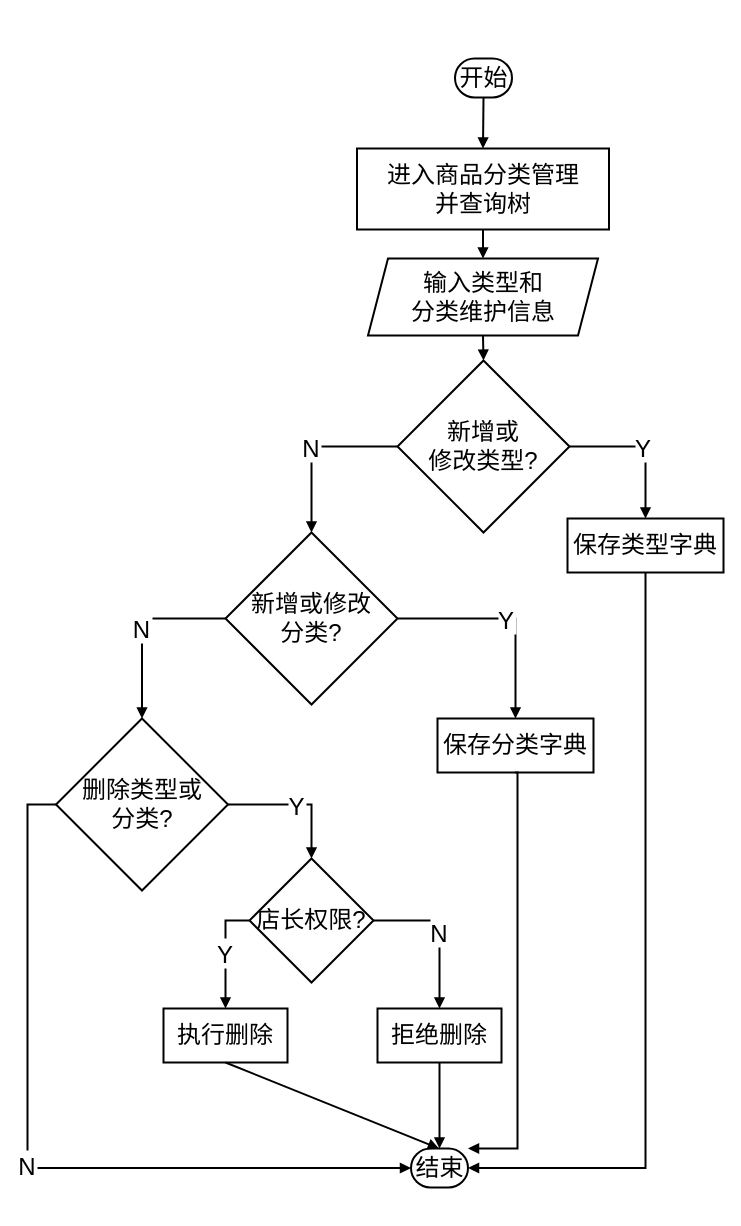
LichCarlos/darwIo keeps this draw.io diagram as 商品分类管理功能流程图.drawio. Above is the earlier version. Source tidied: cells renumbered, new cells numbered last; positions are measured from the earlier drawing's top-left corner, leaving out a move shared by most shapes. Both pictures are drawn from the tidied source at 100%, with x=0, y=0 at pixel (27, 58).
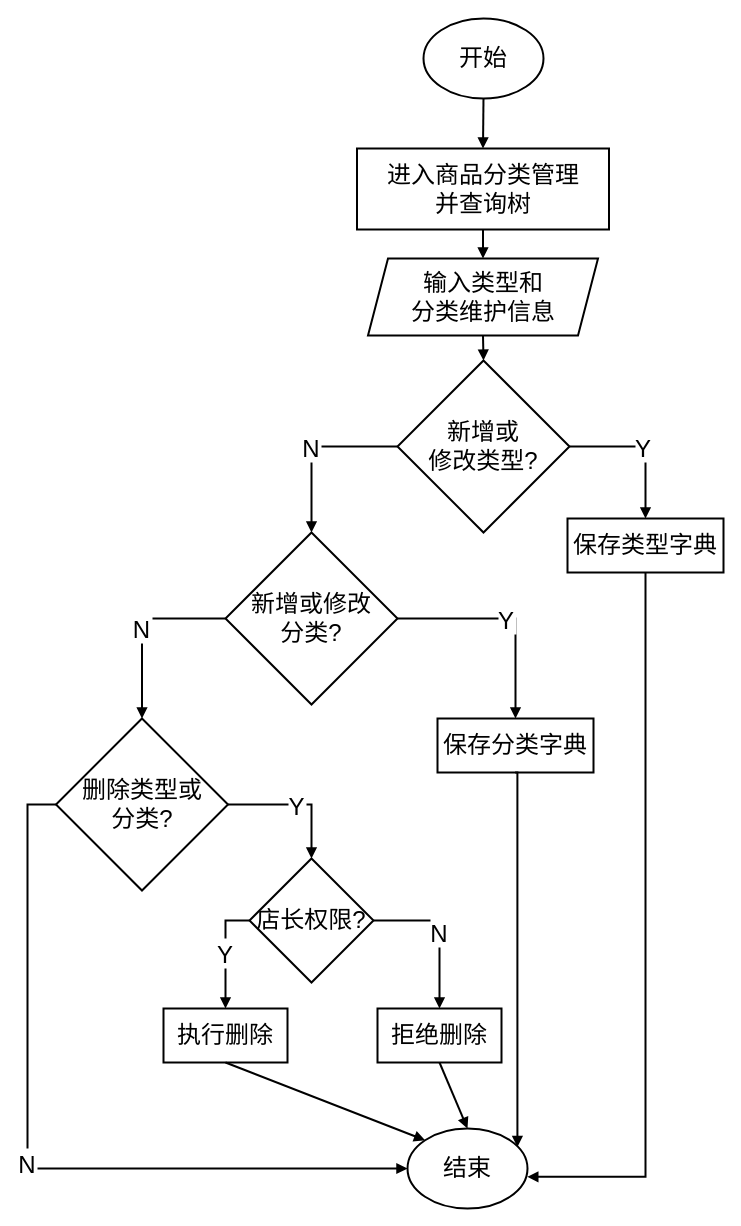
The same diagram, later.

Commit message:
更新商品分类管理功能流程图.drawio

The change refers to these unchanged cells:
```xml
<mxCell id="6" value="进入商品分类管理&#10;并查询树" style="whiteSpace=wrap;strokeWidth=2;fontSize=24;" parent="1" vertex="1">
  <mxGeometry x="329.5" y="90" width="252" height="81" as="geometry" />
</mxCell>
<mxCell id="9" value="保存类型字典" style="whiteSpace=wrap;strokeWidth=2;fontSize=24;" parent="1" vertex="1">
  <mxGeometry x="540" y="460" width="156" height="54" as="geometry" />
</mxCell>
<mxCell id="12" value="删除类型或&#10;分类?" style="rhombus;strokeWidth=2;whiteSpace=wrap;fontSize=24;" parent="1" vertex="1">
  <mxGeometry x="28.5" y="660" width="172" height="172" as="geometry" />
</mxCell>
<mxCell id="15" value="执行删除" style="whiteSpace=wrap;strokeWidth=2;fontSize=24;" parent="1" vertex="1">
  <mxGeometry x="136" y="950" width="124" height="54" as="geometry" />
</mxCell>
```

Change to the diagram source:
```diff
@@
-    <mxCell id="5" value="开始" style="rounded=1;whiteSpace=wrap;arcSize=50;strokeWidth=2;fontSize=24;" parent="1" vertex="1">
-      <mxGeometry x="427.5" width="57" height="39" as="geometry" />
-    </mxCell>
@@
-    <mxCell id="13" value="结束" style="rounded=1;whiteSpace=wrap;arcSize=50;strokeWidth=2;fontSize=24;" parent="1" vertex="1">
-      <mxGeometry x="383.5" y="1090" width="57" height="39" as="geometry" />
-    </mxCell>
@@
-    <mxCell id="17" style="curved=1;startArrow=none;endArrow=block;strokeWidth=2;exitX=0.5;exitY=1;entryX=0.5;entryY=0;rounded=0;fontSize=24;" parent="1" edge="1" source="5" target="6">
-      <mxGeometry relative="1" as="geometry" />
+    <mxCell id="17" style="curved=1;startArrow=none;endArrow=block;strokeWidth=2;exitX=0.5;exitY=1;entryX=0.5;entryY=0;rounded=0;fontSize=24;" parent="1" edge="1" target="6">
+      <mxGeometry relative="1" as="geometry">
+        <mxPoint x="456" y="39" as="sourcePoint" />
+      </mxGeometry>
     </mxCell>
@@
-    <mxCell id="22" style="startArrow=none;endArrow=block;strokeWidth=2;exitX=0.5;exitY=1;rounded=0;fontSize=24;entryX=1;entryY=0.5;entryDx=0;entryDy=0;edgeStyle=orthogonalEdgeStyle;" parent="1" edge="1" source="9" target="13">
+    <mxCell id="22" style="startArrow=none;endArrow=block;strokeWidth=2;exitX=0.5;exitY=1;rounded=0;fontSize=24;entryX=0.998;entryY=0.604;entryDx=0;entryDy=0;edgeStyle=orthogonalEdgeStyle;entryPerimeter=0;" parent="1" edge="1" source="9" target="13">
       <mxGeometry relative="1" as="geometry" />
     </mxCell>
@@
     <mxCell id="25" value="N" style="startArrow=none;endArrow=block;strokeWidth=2;exitX=0;exitY=0.5;entryX=0;entryY=0.5;rounded=0;fontSize=24;edgeStyle=orthogonalEdgeStyle;exitDx=0;exitDy=0;entryDx=0;entryDy=0;" parent="1" edge="1" source="12" target="13">
       <mxGeometry relative="1" as="geometry">
         <Array as="points">
           <mxPoint y="746" />
           <mxPoint y="1110" />
-          <mxPoint x="383" y="1110" />
         </Array>
       </mxGeometry>
     </mxCell>
@@
-    <mxCell id="29" style="curved=1;startArrow=none;endArrow=block;strokeWidth=2;exitX=0.5;exitY=0.99;entryX=0.49;entryY=-0.01;rounded=0;fontSize=24;" parent="1" edge="1" source="15" target="13">
+    <mxCell id="29" style="curved=1;startArrow=none;endArrow=block;strokeWidth=2;exitX=0.5;exitY=0.99;entryX=0;entryY=0;rounded=0;fontSize=24;entryDx=0;entryDy=0;" parent="1" edge="1" source="15" target="13">
       <mxGeometry relative="1" as="geometry" />
     </mxCell>
@@
-    <mxCell id="31" style="startArrow=none;endArrow=block;strokeWidth=2;exitX=0.5;exitY=1;rounded=0;fontSize=24;entryX=1;entryY=0;entryDx=0;entryDy=0;edgeStyle=orthogonalEdgeStyle;" parent="1" edge="1" target="13">
+    <mxCell id="31" style="startArrow=none;endArrow=block;strokeWidth=2;exitX=0.5;exitY=1;rounded=0;fontSize=24;entryX=0.916;entryY=0.231;entryDx=0;entryDy=0;edgeStyle=orthogonalEdgeStyle;entryPerimeter=0;" parent="1" edge="1" target="13">
       <mxGeometry relative="1" as="geometry">
         <mxPoint x="487.6" y="714" as="sourcePoint" />
         <Array as="points">
           <mxPoint x="490" y="714" />
-          <mxPoint x="490" y="1090" />
         </Array>
       </mxGeometry>
     </mxCell>
+    <mxCell id="5" value="开始" style="ellipse;whiteSpace=wrap;html=1;strokeWidth=2;fontSize=24;" parent="1" vertex="1">
+      <mxGeometry x="396" y="-40" width="120" height="80" as="geometry" />
+    </mxCell>
+    <mxCell id="13" value="结束" style="ellipse;whiteSpace=wrap;html=1;strokeWidth=2;fontSize=24;" parent="1" vertex="1">
+      <mxGeometry x="380" y="1070" width="120" height="80" as="geometry" />
+    </mxCell>
```
